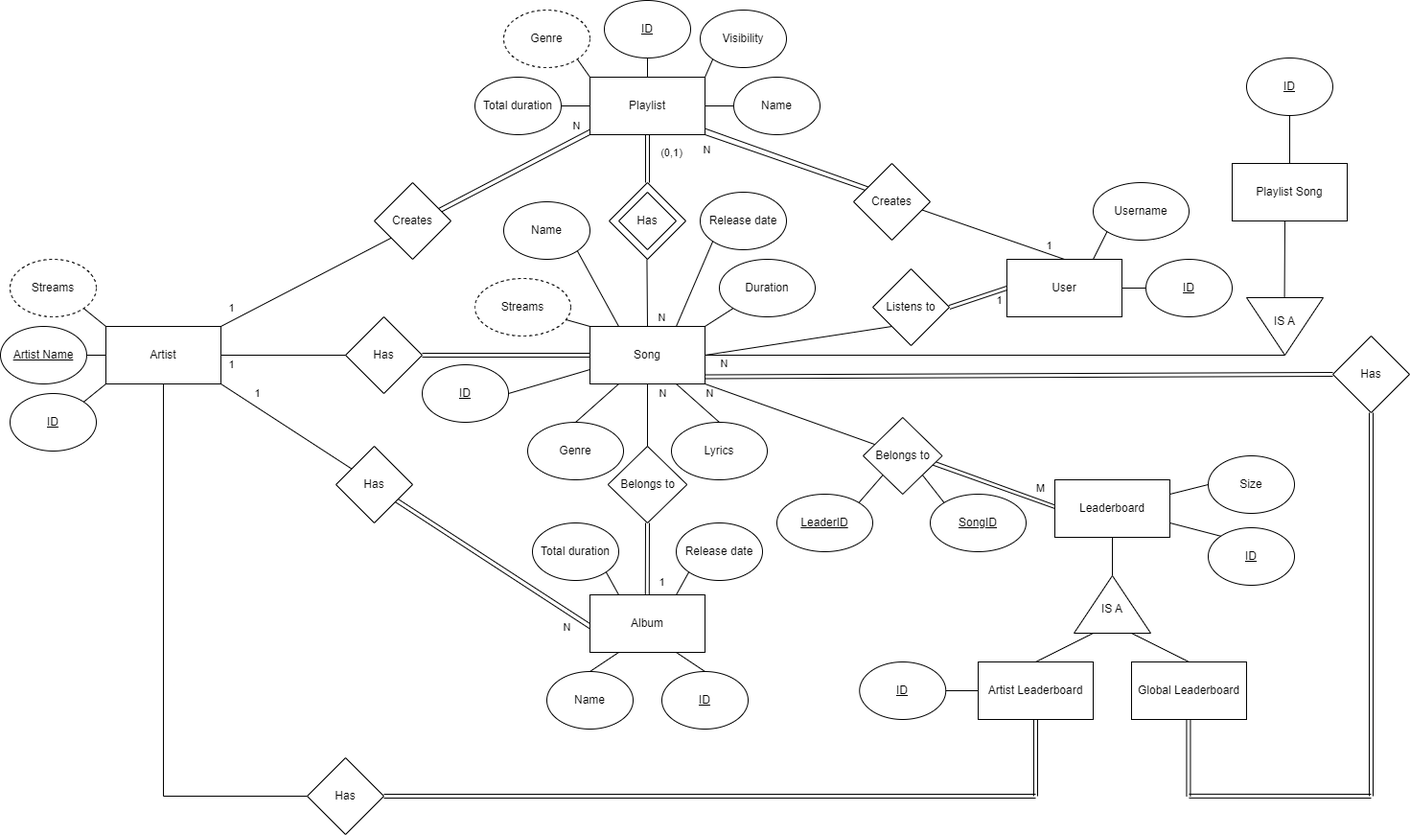
This is diagrams/DER UPDATED.png from raquelvinagre/BeatBase, a draw.io export, as it was before one commit. Source tidied: cells renumbered, new cells last; positions are measured from the earlier drawing's top-left corner, leaving out a move shared by most shapes.
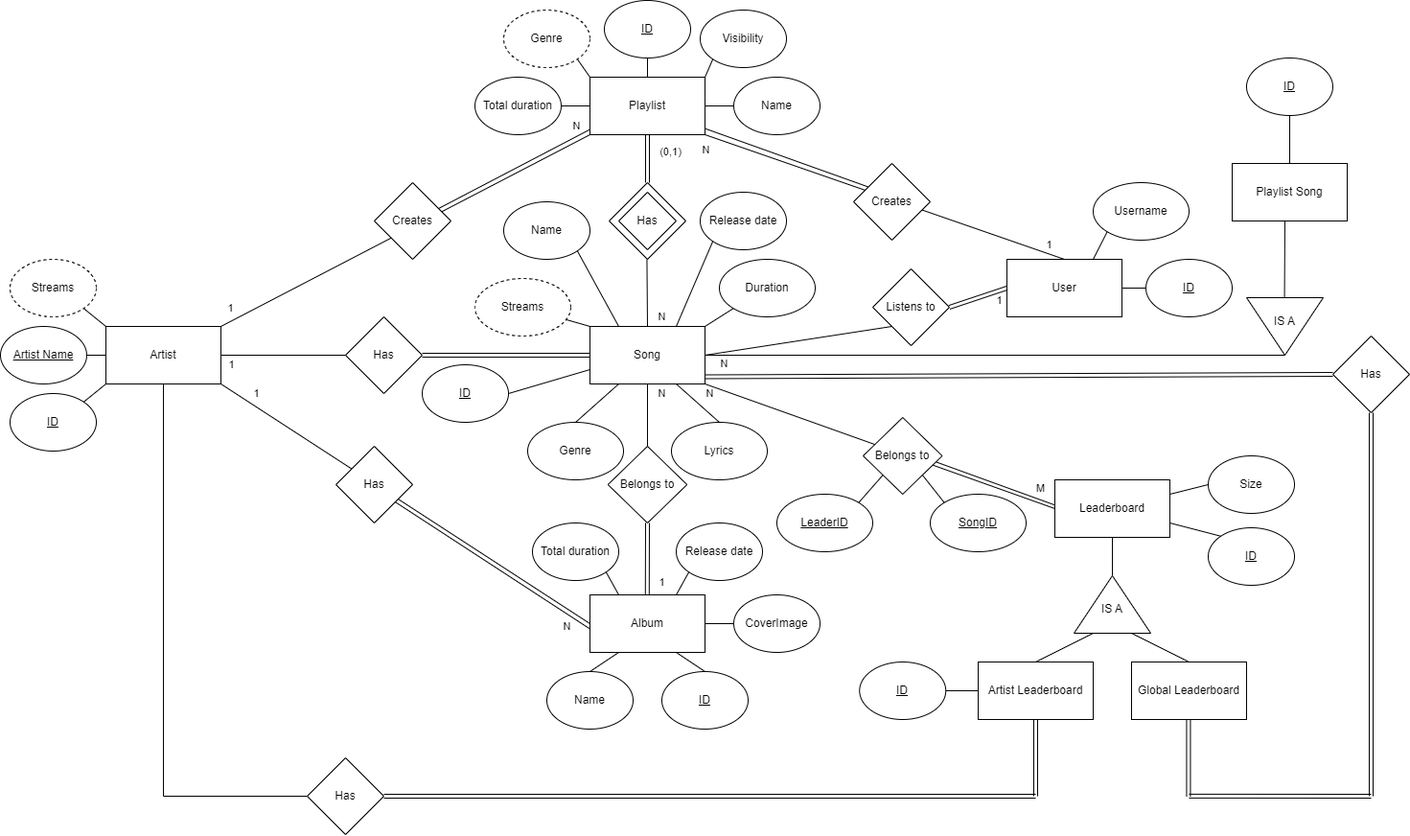
Above is the later version.

What changed in the source:
```diff
@@ -420,5 +420,11 @@
     <mxCell id="122" value="Has" style="rhombus;whiteSpace=wrap;html=1;" parent="1" vertex="1">
       <mxGeometry x="1390" y="350" width="80" height="80" as="geometry" />
     </mxCell>
+    <mxCell id="123" value="CoverImage" style="ellipse;whiteSpace=wrap;html=1;" parent="1" vertex="1">
+      <mxGeometry x="765" y="620" width="90" height="60" as="geometry" />
+    </mxCell>
+    <mxCell id="124" style="endArrow=none;html=1;rounded=0;entryX=0;entryY=0.5;entryDx=0;entryDy=0;exitX=1;exitY=0.5;exitDx=0;exitDy=0;" parent="1" edge="1" source="3" target="123">
+      <mxGeometry relative="1" as="geometry" />
+    </mxCell>
   </root>
 </mxGraphModel>
```
